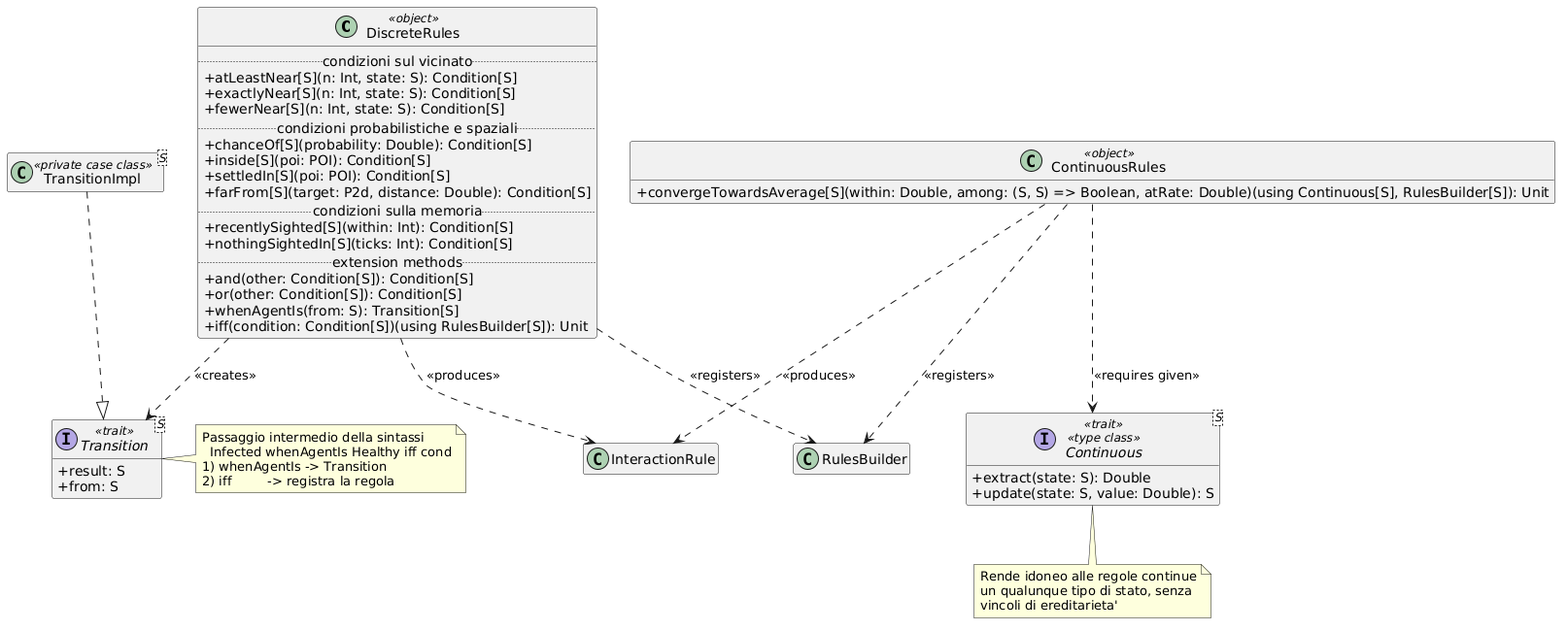
The PlantUML diagram docs/img/07-rules-dsl.png in alessiobifulco/PPS-25-ABMScala, before a commit.
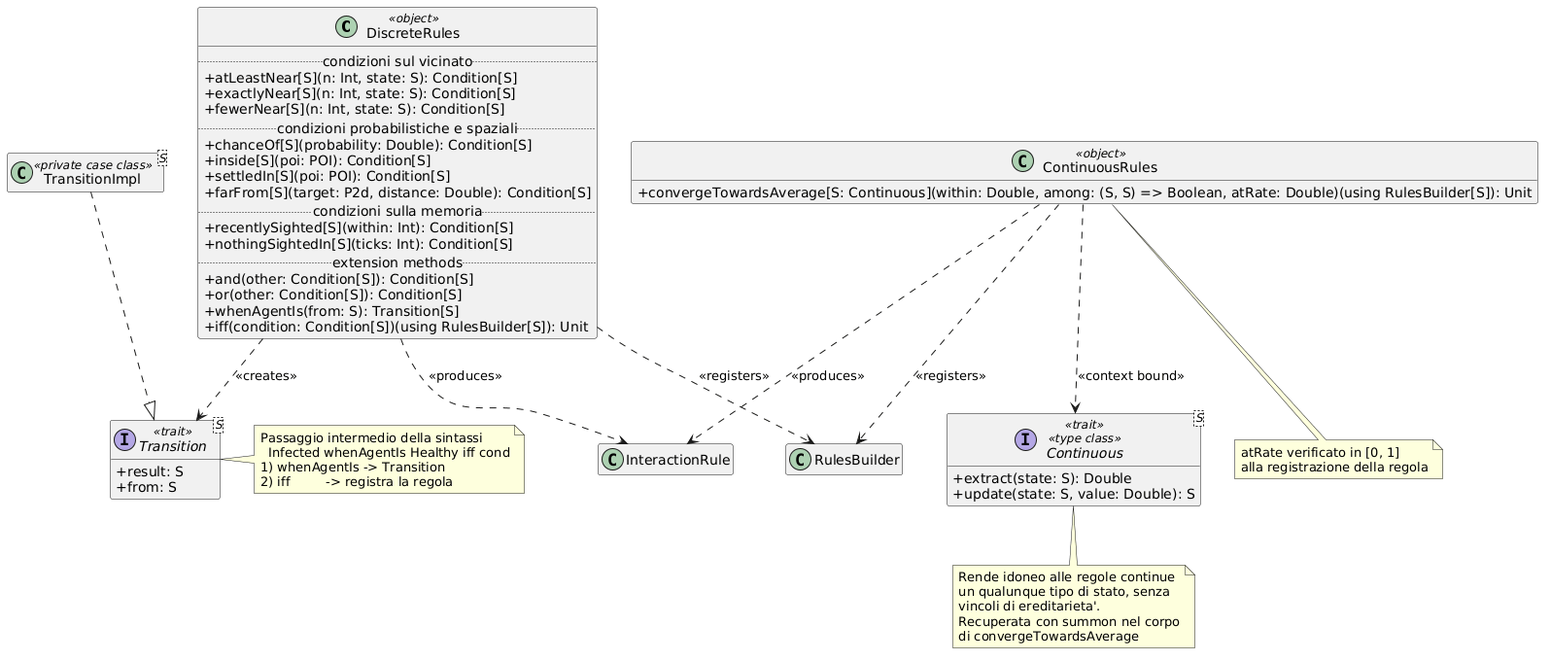
The same file after the commit.

What changed in the source:
```diff
@@ -1,62 +1,71 @@
 @startuml
 skinparam classAttributeIconSize 0
-skinparam shadowing false
 hide empty members
 
 class DiscreteRules <<object>> {
   .. condizioni sul vicinato ..
-  + atLeastNear[S](n: Int, state: S): Condition[S]
-  + exactlyNear[S](n: Int, state: S): Condition[S]
-  + fewerNear[S](n: Int, state: S): Condition[S]
+  +atLeastNear[S](n: Int, state: S): Condition[S]
+  +exactlyNear[S](n: Int, state: S): Condition[S]
+  +fewerNear[S](n: Int, state: S): Condition[S]
   .. condizioni probabilistiche e spaziali ..
-  + chanceOf[S](probability: Double): Condition[S]
-  + inside[S](poi: POI): Condition[S]
-  + settledIn[S](poi: POI): Condition[S]
-  + farFrom[S](target: P2d, distance: Double): Condition[S]
+  +chanceOf[S](probability: Double): Condition[S]
+  +inside[S](poi: POI): Condition[S]
+  +settledIn[S](poi: POI): Condition[S]
+  +farFrom[S](target: P2d, distance: Double): Condition[S]
   .. condizioni sulla memoria ..
-  + recentlySighted[S](within: Int): Condition[S]
-  + nothingSightedIn[S](ticks: Int): Condition[S]
+  +recentlySighted[S](within: Int): Condition[S]
+  +nothingSightedIn[S](ticks: Int): Condition[S]
   .. extension methods ..
-  + and(other: Condition[S]): Condition[S]
-  + or(other: Condition[S]): Condition[S]
-  + whenAgentIs(from: S): Transition[S]
-  + iff(condition: Condition[S])(using RulesBuilder[S]): Unit
+  +and(other: Condition[S]): Condition[S]
+  +or(other: Condition[S]): Condition[S]
+  +whenAgentIs(from: S): Transition[S]
+  +iff(condition: Condition[S])(using RulesBuilder[S]): Unit
 }
 
-interface "Transition<S>" as Tr <<trait>> {
-  + result: S
-  + from: S
+class ContinuousRules <<object>> {
+  +convergeTowardsAverage[S: Continuous](within: Double, among: (S, S) => Boolean, atRate: Double)(using RulesBuilder[S]): Unit
 }
 
-class "TransitionImpl<S>" as TrImpl <<private case class>>
-
-class ContinuousRules <<object>> {
-  + convergeTowardsAverage[S](within: Double, among: (S, S) => Boolean, atRate: Double)(using Continuous[S], RulesBuilder[S]): Unit
+interface Transition<S> <<trait>> {
+  +result: S
+  +from: S
 }
 
-interface "Continuous<S>" as Cont <<trait>> <<type class>> {
-  + extract(state: S): Double
-  + update(state: S, value: Double): S
+class TransitionImpl<S> <<private case class>>
+
+interface Continuous<S> <<trait>> <<type class>> {
+  +extract(state: S): Double
+  +update(state: S, value: Double): S
 }
 
-TrImpl ..|> Tr
-DiscreteRules ..> Tr : <<creates>>
+class InteractionRule
+class RulesBuilder
+
+TransitionImpl ..|> Transition
+DiscreteRules ..> Transition : <<creates>>
+DiscreteRules ..> InteractionRule : <<produces>>
 DiscreteRules ..> RulesBuilder : <<registers>>
-ContinuousRules ..> Cont : <<requires given>>
+ContinuousRules ..> InteractionRule : <<produces>>
 ContinuousRules ..> RulesBuilder : <<registers>>
-DiscreteRules ..> InteractionRule : <<produces>>
-ContinuousRules ..> InteractionRule : <<produces>>
+ContinuousRules ..> Continuous : <<context bound>>
 
-note right of Tr
+note right of Transition
   Passaggio intermedio della sintassi
     Infected whenAgentIs Healthy iff cond
   1) whenAgentIs -> Transition
   2) iff         -> registra la regola
 end note
 
-note bottom of Cont
+note bottom of Continuous
   Rende idoneo alle regole continue
   un qualunque tipo di stato, senza
-  vincoli di ereditarieta'
+  vincoli di ereditarieta'.
+  Recuperata con summon nel corpo
+  di convergeTowardsAverage
+end note
+
+note bottom of ContinuousRules
+  atRate verificato in [0, 1]
+  alla registrazione della regola
 end note
 @enduml
```
